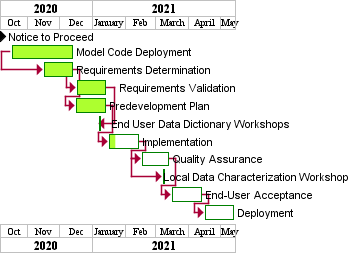
This is docs/predevelopment/timeline/timeline.png from linavarro/RGVFlood, a PlantUML export, as it was before one commit. Its diagram source:
```plantuml
@startgantt
<style>
ganttDiagram {
  task {
    BackGroundColor GreenYellow
    LineColor Green
    unstarted {
      BackGroundColor GreenYellow
      LineColor Green
    }
  }
}
</style>
printscale monthly
Project starts 2020-10-06
[Notice to Proceed] happens on 2020-10-06
[Model Code Deployment] lasts 60 days and ends on 2020-12-14
[Requirements Determination] lasts 30 days and starts 30 days after [Model Code Deployment]'s start
then [Requirements Validation] lasts 30 days and ends on 2021-01-14
[Predevelopment Plan] lasts 30 days and ends on 2021-01-14
[End User Data Dictionary Workshops] lasts 3 days and ends 7 days before [Requirements Validation]'s end
[Implementation] lasts 30 days and ends on 2021-02-14 and is 20% complete
[Quality Assurance] lasts 30 days and ends on 2021-03-14 and is 0% complete
[Local Data Characterization Workshop] starts 21 days after [Quality Assurance]'s start and lasts 1 day
[End-User Acceptance] lasts 30 days and ends on 2021-04-14 and is 0% complete
[Deployment] lasts 30 days and ends on 2021-05-14 and is 0% complete

[Requirements Determination]->[Predevelopment Plan]
[Predevelopment Plan]->[Implementation]
[Implementation]->[Quality Assurance]
[Quality Assurance]->[End-User Acceptance]
[End-User Acceptance]->[Deployment]
@endgantt
```
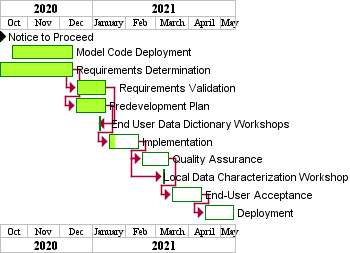
The same diagram one commit later.

The edit, as a diff of the source:
```diff
@@ -15,7 +15,7 @@
 Project starts 2020-10-06
 [Notice to Proceed] happens on 2020-10-06
 [Model Code Deployment] lasts 60 days and ends on 2020-12-14
-[Requirements Determination] lasts 30 days and starts 30 days after [Model Code Deployment]'s start
+[Requirements Determination] lasts 71 days and ends on 2020-12-14
 then [Requirements Validation] lasts 30 days and ends on 2021-01-14
 [Predevelopment Plan] lasts 30 days and ends on 2021-01-14
 [End User Data Dictionary Workshops] lasts 3 days and ends 7 days before [Requirements Validation]'s end
```
